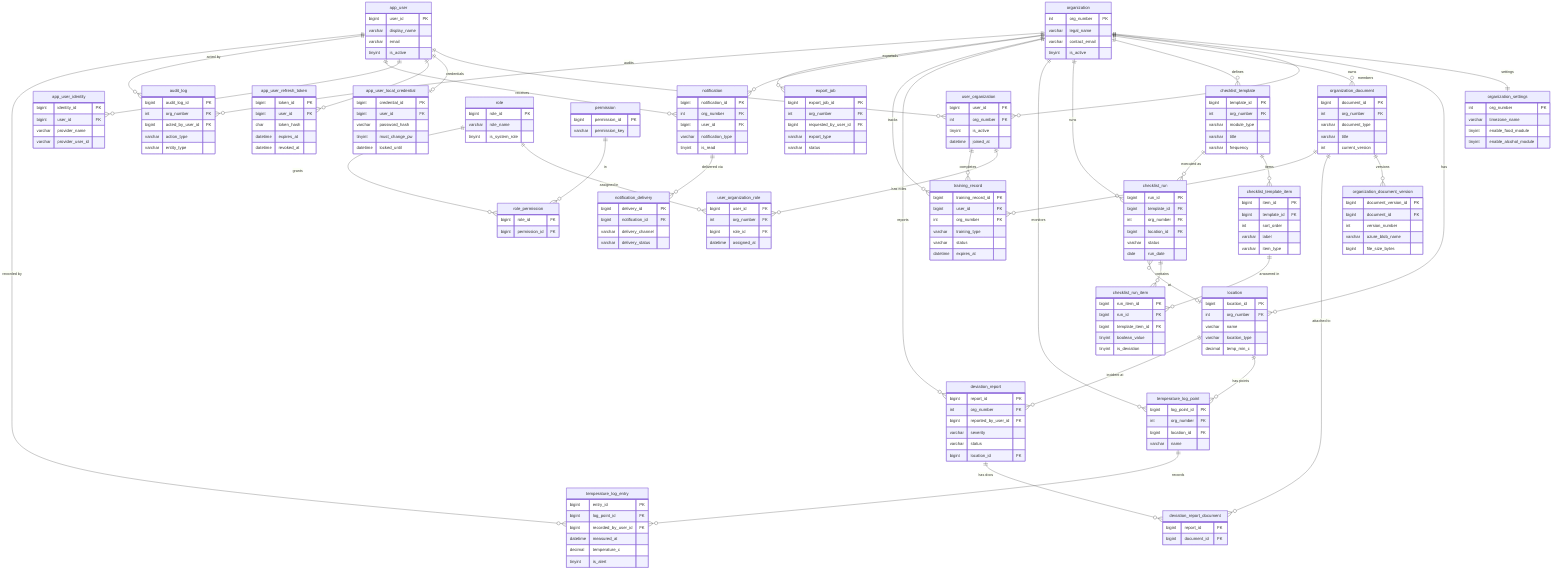
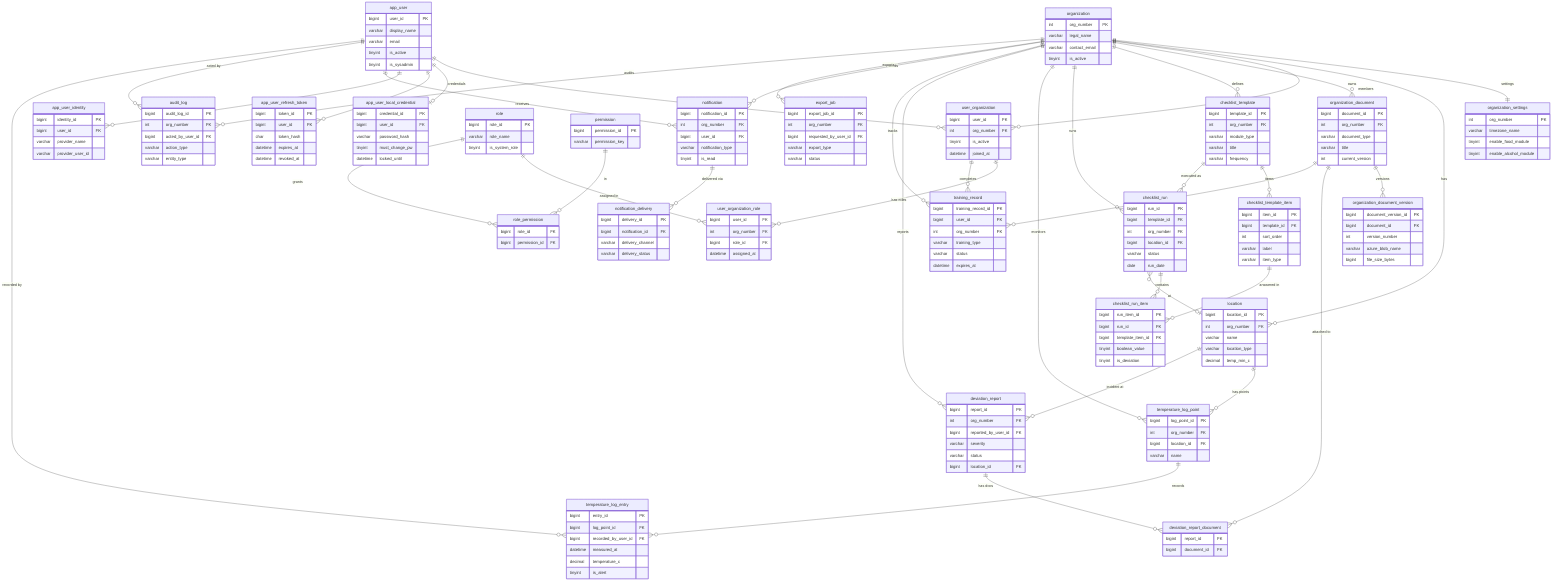
erDiagram
    organization {
        int org_number PK
        varchar legal_name
        varchar contact_email
        tinyint is_active
    }
    organization_settings {
        int org_number PK
        varchar timezone_name
        tinyint enable_food_module
        tinyint enable_alcohol_module
    }
    location {
        bigint location_id PK
        int org_number FK
        varchar name
        varchar location_type
        decimal temp_min_c
    }
    app_user {
        bigint user_id PK
        varchar display_name
        varchar email
        tinyint is_active
+         tinyint is_sysadmin
    }
    app_user_local_credential {
        bigint credential_id PK
        bigint user_id FK
        varchar password_hash
        tinyint must_change_pw
        datetime locked_until
    }
    app_user_refresh_token {
        bigint token_id PK
        bigint user_id FK
        char token_hash
        datetime expires_at
        datetime revoked_at
    }
    app_user_identity {
        bigint identity_id PK
        bigint user_id FK
        varchar provider_name
        varchar provider_user_id
    }
    user_organization {
        bigint user_id FK
        int org_number FK
        tinyint is_active
        datetime joined_at
    }
    role {
        bigint role_id PK
        varchar role_name
        tinyint is_system_role
    }
    permission {
        bigint permission_id PK
        varchar permission_key
    }
    role_permission {
        bigint role_id FK
        bigint permission_id FK
    }
    user_organization_role {
        bigint user_id FK
        int org_number FK
        bigint role_id FK
        datetime assigned_at
    }
    organization_document {
        bigint document_id PK
        int org_number FK
        varchar document_type
        varchar title
        int current_version
    }
    organization_document_version {
        bigint document_version_id PK
        bigint document_id FK
        int version_number
        varchar azure_blob_name
        bigint file_size_bytes
    }
    training_record {
        bigint training_record_id PK
        bigint user_id FK
        int org_number FK
        varchar training_type
        varchar status
        datetime expires_at
    }
    checklist_template {
        bigint template_id PK
        int org_number FK
        varchar module_type
        varchar title
        varchar frequency
    }
    checklist_template_item {
        bigint item_id PK
        bigint template_id FK
        int sort_order
        varchar label
        varchar item_type
    }
    checklist_run {
        bigint run_id PK
        bigint template_id FK
        int org_number FK
        bigint location_id FK
        varchar status
        date run_date
    }
    checklist_run_item {
        bigint run_item_id PK
        bigint run_id FK
        bigint template_item_id FK
        tinyint boolean_value
        tinyint is_deviation
    }
    temperature_log_point {
        bigint log_point_id PK
        int org_number FK
        bigint location_id FK
        varchar name
    }
    temperature_log_entry {
        bigint entry_id PK
        bigint log_point_id FK
        bigint recorded_by_user_id FK
        datetime measured_at
        decimal temperature_c
        tinyint is_alert
    }
    deviation_report {
        bigint report_id PK
        int org_number FK
        bigint reported_by_user_id FK
        varchar severity
        varchar status
        bigint location_id FK
    }
    deviation_report_document {
        bigint report_id FK
        bigint document_id FK
    }
    notification {
        bigint notification_id PK
        int org_number FK
        bigint user_id FK
        varchar notification_type
        tinyint is_read
    }
    notification_delivery {
        bigint delivery_id PK
        bigint notification_id FK
        varchar delivery_channel
        varchar delivery_status
    }
    export_job {
        bigint export_job_id PK
        int org_number FK
        bigint requested_by_user_id FK
        varchar export_type
        varchar status
    }
    audit_log {
        bigint audit_log_id PK
        int org_number FK
        bigint acted_by_user_id FK
        varchar action_type
        varchar entity_type
    }

    organization ||--|| organization_settings : "settings"
    organization ||--o{ location : "has"
    organization ||--o{ user_organization : "members"
    organization ||--o{ organization_document : "owns"
    organization ||--o{ checklist_template : "defines"
    organization ||--o{ checklist_run : "runs"
    organization ||--o{ temperature_log_point : "monitors"
    organization ||--o{ deviation_report : "reports"
    organization ||--o{ training_record : "tracks"
    organization ||--o{ notification : "sends"
    organization ||--o{ export_job : "exports"
    organization ||--o{ audit_log : "audits"

    app_user ||--o{ user_organization : "joins"
    app_user ||--o| app_user_local_credential : "credentials"
    app_user ||--o{ app_user_refresh_token : "tokens"
    app_user ||--o{ app_user_identity : "identity"
    app_user ||--o{ notification : "receives"
    app_user ||--o{ audit_log : "acted by"

    user_organization ||--o{ user_organization_role : "has roles"
    user_organization ||--o{ training_record : "completes"

    role ||--o{ user_organization_role : "assigned in"
    role ||--o{ role_permission : "grants"
    permission ||--o{ role_permission : "in"

    organization_document ||--o{ organization_document_version : "versions"
    organization_document ||--o{ deviation_report_document : "attached to"
    organization_document ||--o{ training_record : "certifies"

    checklist_template ||--o{ checklist_template_item : "items"
    checklist_template ||--o{ checklist_run : "executed as"
    checklist_template_item ||--o{ checklist_run_item : "answered in"
    checklist_run ||--o{ checklist_run_item : "contains"
    checklist_run }o--o| location : "at"

    location ||--o{ temperature_log_point : "has points"
    location ||--o{ deviation_report : "incident at"

    temperature_log_point ||--o{ temperature_log_entry : "records"
    app_user ||--o{ temperature_log_entry : "recorded by"

    deviation_report ||--o{ deviation_report_document : "has docs"
    notification ||--o{ notification_delivery : "delivered via"
